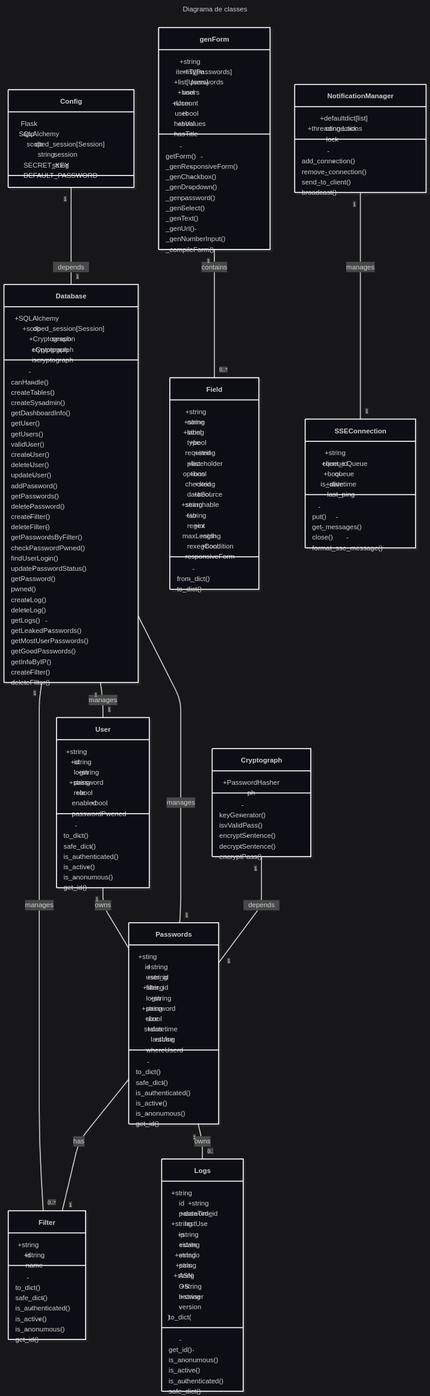
LeoGotardo/MainDugWeb keeps this Mermaid diagram as docs/tex/classDiagram.png. Above is the earlier version. Its source is kept beside it as docs/classDiagram.mmd.
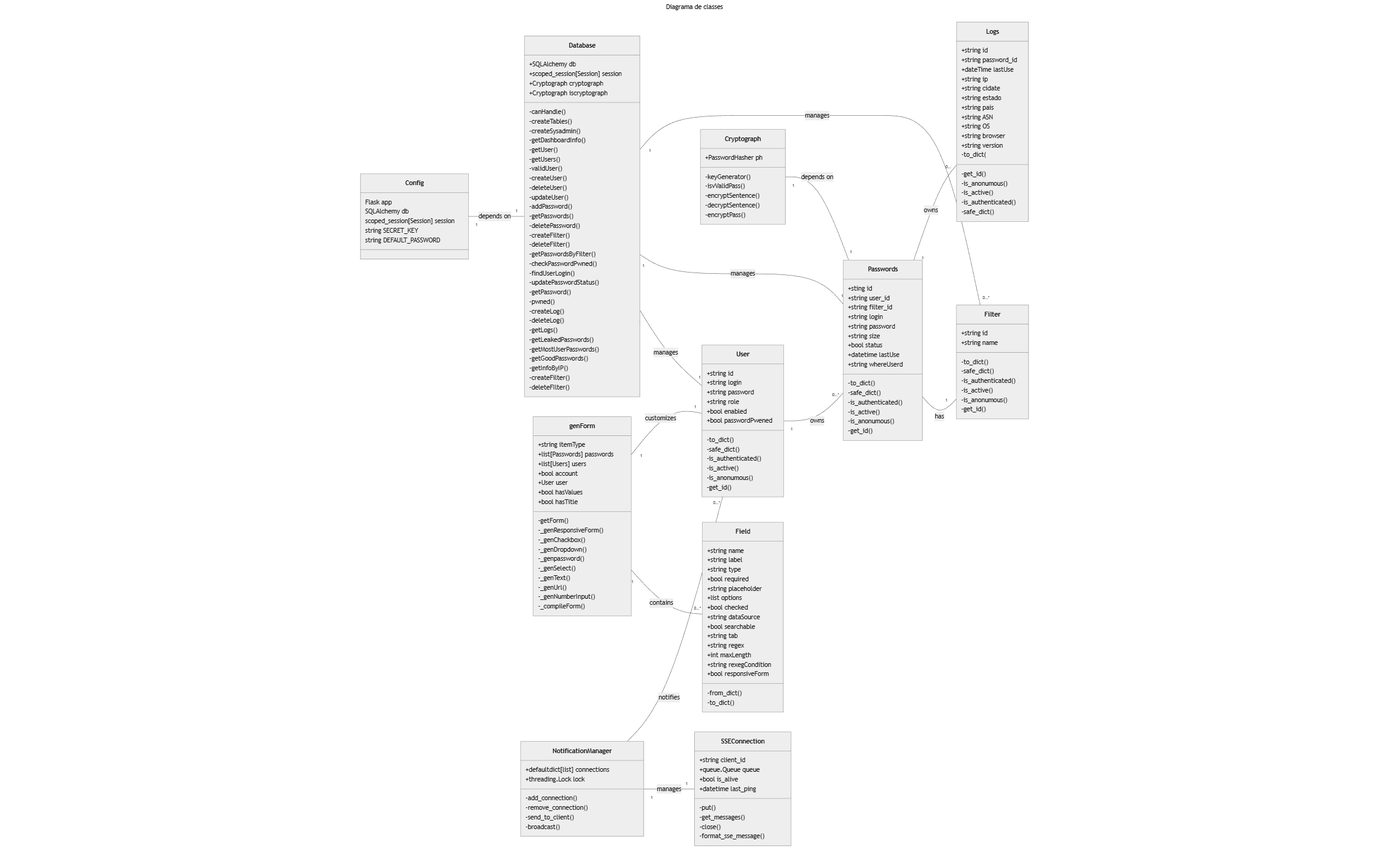
Later version of the same file.

The edit, as a diff of the source:
```diff
@@ -1,5 +1,7 @@
 ---
 title: Diagrama de classes
+config:
+  theme: neutral
 ---
 classDiagram
     direction LR
@@ -189,7 +191,8 @@
     genForm "1" -- "0..*" Field : contains
     Passwords "" -- "1" Filter: has
     Passwords "1" -- "0.." Logs : owns
-    Filter -- genForm
-    Logs -- NotificationManager
+    NotificationManager "1" -- "0..*" User : notifies
+    genForm "1" -- "1" User : customizes
 
 
+
```
